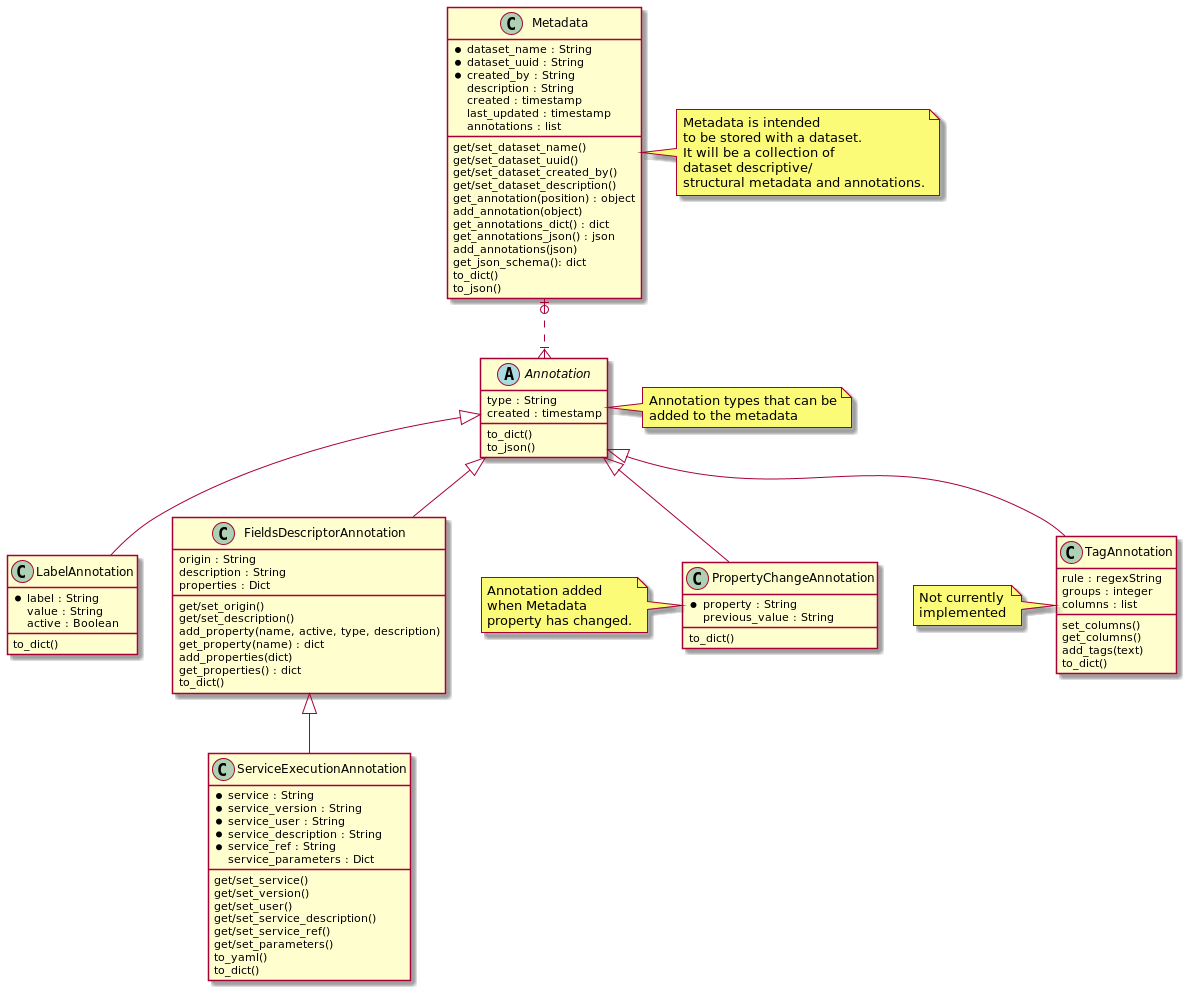
Above: docs/data-manager-metadata.png in InformaticsMatters/squonk2-data-manager-metadata (PlantUML), before the change.
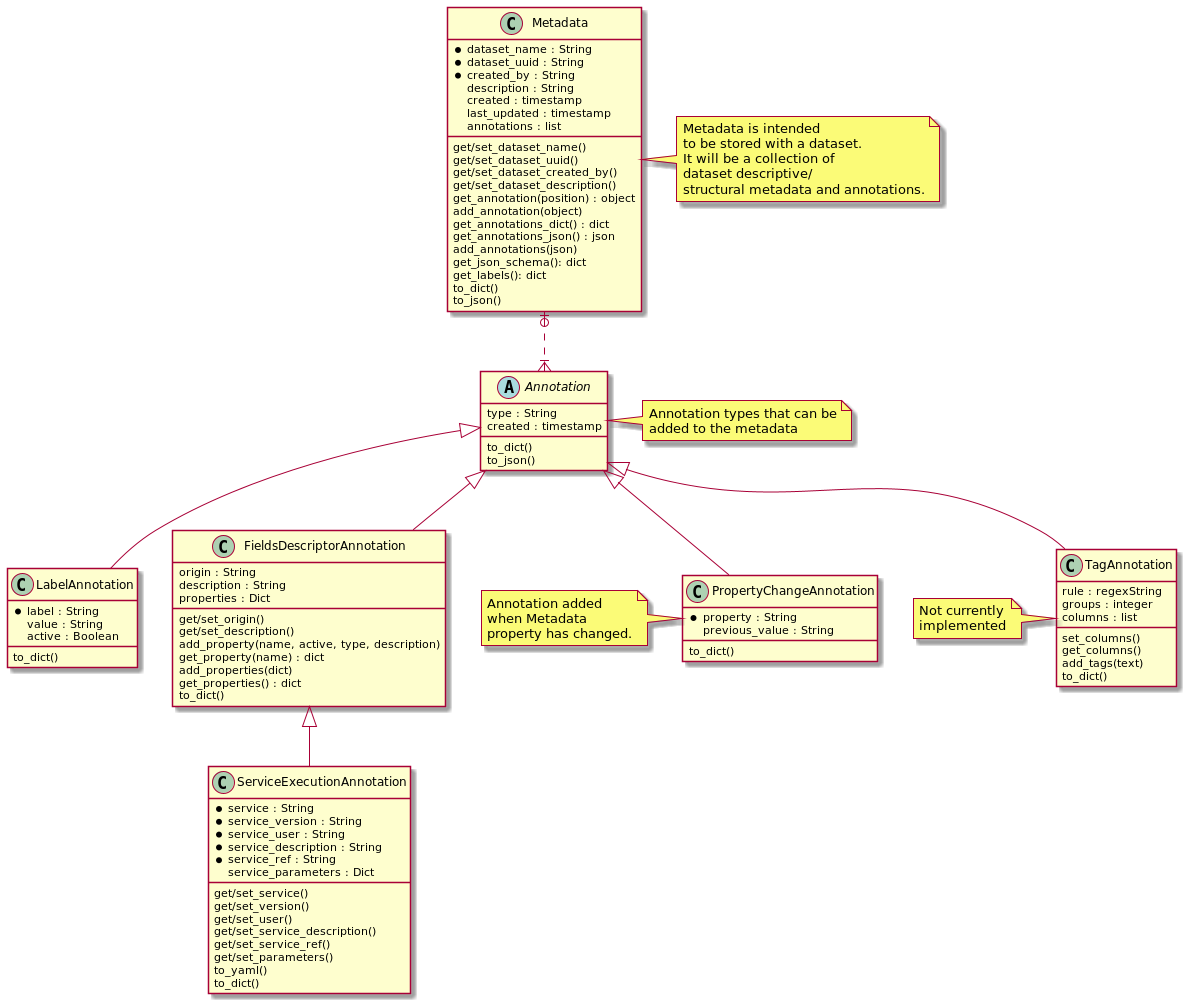
After the change.

The edit, as a diff of the source:
```diff
@@ -17,6 +17,7 @@
     get_annotations_json() : json
     add_annotations(json)
     get_json_schema(): dict
+    get_labels(): dict
     to_dict()
     to_json()
 }
```
